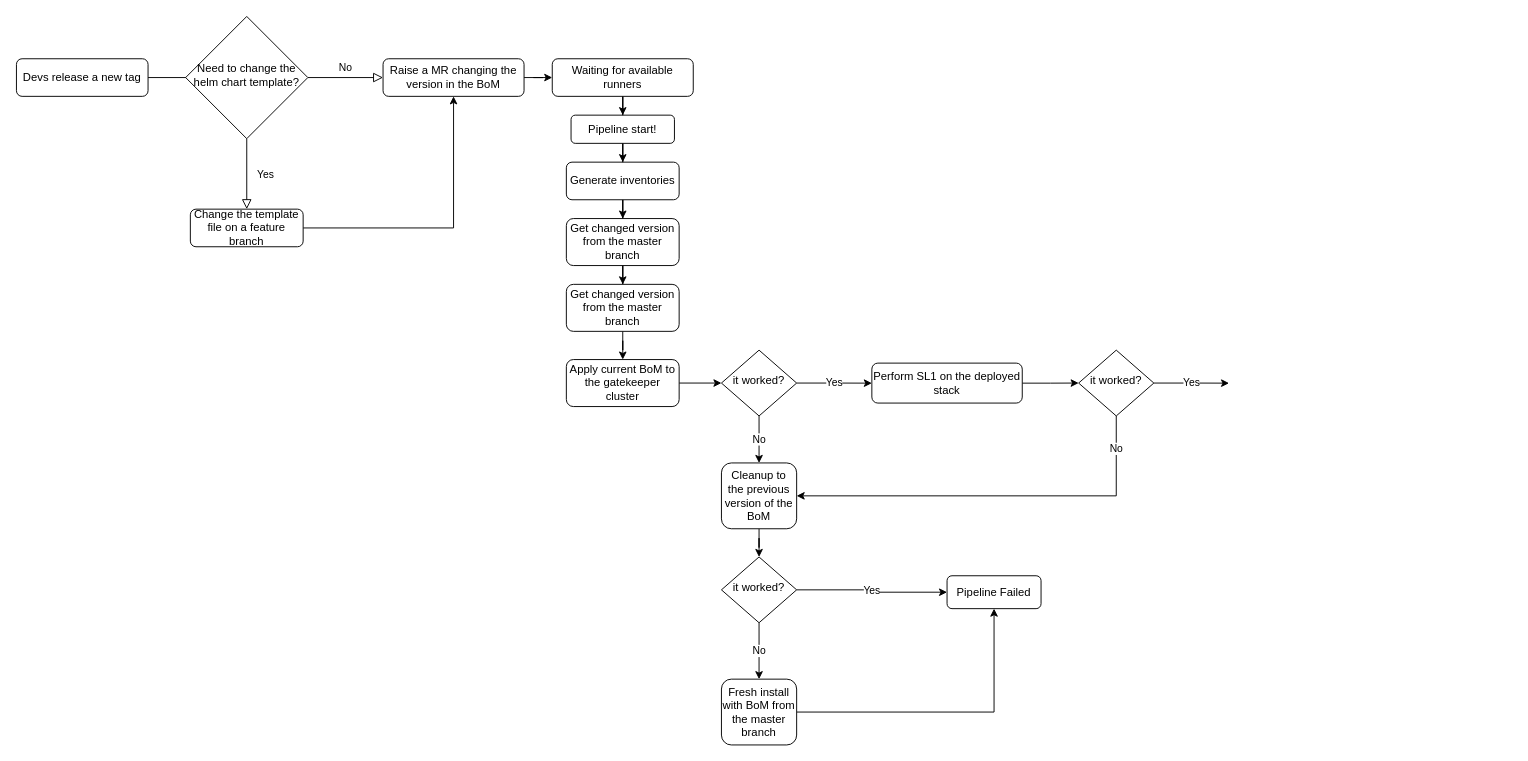
Above: Untitled Diagram.drawio in raelix/amazon-bot (draw.io), before the change. Source tidied: cells renumbered, new cells numbered last; positions are measured from the earlier drawing's top-left corner, leaving out a move shared by most shapes. Both pictures are drawn from the tidied source at 94%, with x=0, y=0 at pixel (16, 16).
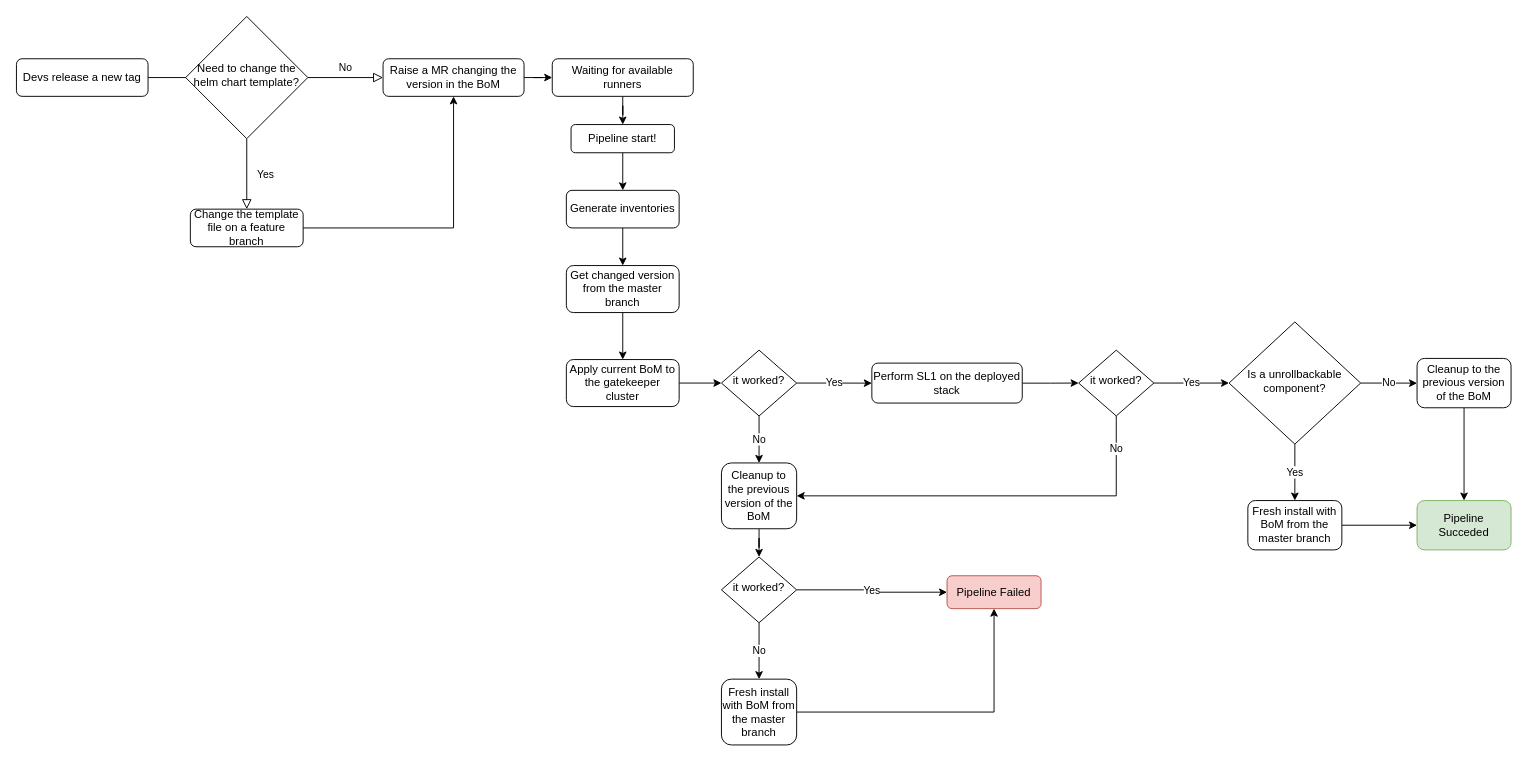
The same page after the edit.

The change refers to these unchanged cells:
```xml
<mxCell id="39" value="it worked?" style="rhombus;whiteSpace=wrap;html=1;shadow=0;fontFamily=Helvetica;fontSize=12;align=center;strokeWidth=1;spacing=6;spacingTop=-4;" parent="1" vertex="1">
  <mxGeometry x="1130" y="355" width="80" height="70" as="geometry" />
</mxCell>
```

What changed in the source:
```diff
@@
-    <mxCell id="9" style="edgeStyle=orthogonalEdgeStyle;rounded=0;jettySize=auto;html=1;" parent="1" edge="1" source="10" target="16">
-      <mxGeometry relative="1" as="geometry" />
-    </mxCell>
+    <mxCell id="40" style="edgeStyle=orthogonalEdgeStyle;rounded=0;jettySize=auto;html=1;" parent="1" edge="1" source="10" target="18">
+      <mxGeometry relative="1" as="geometry" />
+    </mxCell>
     <mxCell id="10" value="Generate inventories" style="rounded=1;whiteSpace=wrap;html=1;fontSize=12;glass=0;strokeWidth=1;shadow=0;" parent="1" vertex="1">
-      <mxGeometry x="585" y="155" width="120" height="40" as="geometry" />
+      <mxGeometry x="585" y="185" width="120" height="40" as="geometry" />
     </mxCell>
@@
     <mxCell id="14" value="Pipeline start!" style="rounded=1;whiteSpace=wrap;html=1;fontSize=12;glass=0;strokeWidth=1;shadow=0;" parent="1" vertex="1">
-      <mxGeometry x="590" y="105" width="110" height="30" as="geometry" />
+      <mxGeometry x="590" y="115" width="110" height="30" as="geometry" />
     </mxCell>
-    <mxCell id="15" style="edgeStyle=orthogonalEdgeStyle;rounded=0;jettySize=auto;html=1;" parent="1" edge="1" source="16" target="18">
-      <mxGeometry relative="1" as="geometry" />
-    </mxCell>
-    <mxCell id="16" value="Get changed version from the master branch" style="rounded=1;whiteSpace=wrap;html=1;fontSize=12;glass=0;strokeWidth=1;shadow=0;" parent="1" vertex="1">
-      <mxGeometry x="585" y="215" width="120" height="50" as="geometry" />
-    </mxCell>
@@
     <mxCell id="18" value="Get changed version from the master branch" style="rounded=1;whiteSpace=wrap;html=1;fontSize=12;glass=0;strokeWidth=1;shadow=0;" parent="1" vertex="1">
-      <mxGeometry x="585" y="285" width="120" height="50" as="geometry" />
+      <mxGeometry x="585" y="265" width="120" height="50" as="geometry" />
     </mxCell>
@@
-    <mxCell id="28" value="Pipeline Failed" style="rounded=1;whiteSpace=wrap;html=1;fontSize=12;glass=0;strokeWidth=1;shadow=0;" parent="1" vertex="1">
+    <mxCell id="28" value="Pipeline Failed" style="rounded=1;whiteSpace=wrap;html=1;fontSize=12;glass=0;strokeWidth=1;shadow=0;fillColor=#f8cecc;strokeColor=#b85450;" parent="1" vertex="1">
       <mxGeometry x="990" y="595" width="100" height="35" as="geometry" />
     </mxCell>
@@
-    <mxCell id="36" value="Yes" style="edgeStyle=orthogonalEdgeStyle;rounded=0;jettySize=auto;html=1;" parent="1" edge="1" source="39">
-      <mxGeometry relative="1" as="geometry">
-        <mxPoint x="1290" y="390.1" as="targetPoint" />
-      </mxGeometry>
+    <mxCell id="36" value="Yes" style="edgeStyle=orthogonalEdgeStyle;rounded=0;jettySize=auto;html=1;entryX=0;entryY=0.5;entryDx=0;entryDy=0;" parent="1" edge="1" source="39" target="43">
+      <mxGeometry relative="1" as="geometry" />
     </mxCell>
@@
+    <mxCell id="41" value="No" style="edgeStyle=orthogonalEdgeStyle;rounded=0;jettySize=auto;html=1;" parent="1" edge="1" source="43" target="45">
+      <mxGeometry relative="1" as="geometry" />
+    </mxCell>
+    <mxCell id="42" value="Yes" style="edgeStyle=orthogonalEdgeStyle;rounded=0;jettySize=auto;html=1;" parent="1" edge="1" source="43" target="47">
+      <mxGeometry relative="1" as="geometry" />
+    </mxCell>
+    <mxCell id="43" value="Is a unrollbackable component?" style="rhombus;whiteSpace=wrap;html=1;shadow=0;fontFamily=Helvetica;fontSize=12;align=center;strokeWidth=1;spacing=6;spacingTop=-4;" parent="1" vertex="1">
+      <mxGeometry x="1290" y="325" width="140" height="130" as="geometry" />
+    </mxCell>
+    <mxCell id="44" style="edgeStyle=orthogonalEdgeStyle;rounded=0;jettySize=auto;html=1;" parent="1" edge="1" source="45" target="48">
+      <mxGeometry relative="1" as="geometry" />
+    </mxCell>
+    <mxCell id="45" value="Cleanup to the previous version of the BoM" style="rounded=1;whiteSpace=wrap;html=1;fontSize=12;glass=0;strokeWidth=1;shadow=0;" parent="1" vertex="1">
+      <mxGeometry x="1490" y="363.8" width="100" height="52.5" as="geometry" />
+    </mxCell>
+    <mxCell id="46" style="edgeStyle=orthogonalEdgeStyle;rounded=0;jettySize=auto;html=1;" parent="1" edge="1" source="47" target="48">
+      <mxGeometry relative="1" as="geometry" />
+    </mxCell>
+    <mxCell id="47" value="Fresh install with BoM from the master branch" style="rounded=1;whiteSpace=wrap;html=1;fontSize=12;glass=0;strokeWidth=1;shadow=0;" parent="1" vertex="1">
+      <mxGeometry x="1310" y="515" width="100" height="52.5" as="geometry" />
+    </mxCell>
+    <mxCell id="48" value="Pipeline Succeded" style="rounded=1;whiteSpace=wrap;html=1;fontSize=12;glass=0;strokeWidth=1;shadow=0;fillColor=#d5e8d4;strokeColor=#82b366;" parent="1" vertex="1">
+      <mxGeometry x="1490" y="515" width="100" height="52.5" as="geometry" />
+    </mxCell>
```
